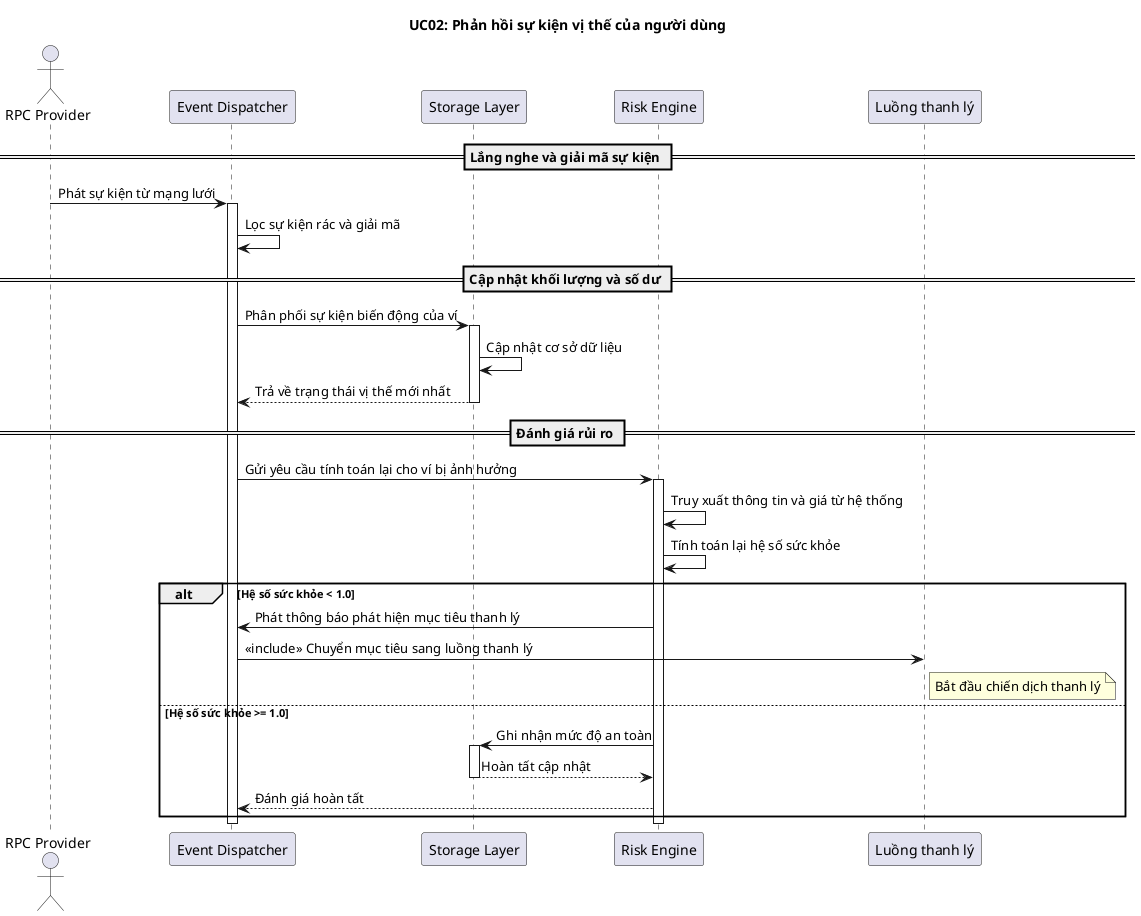
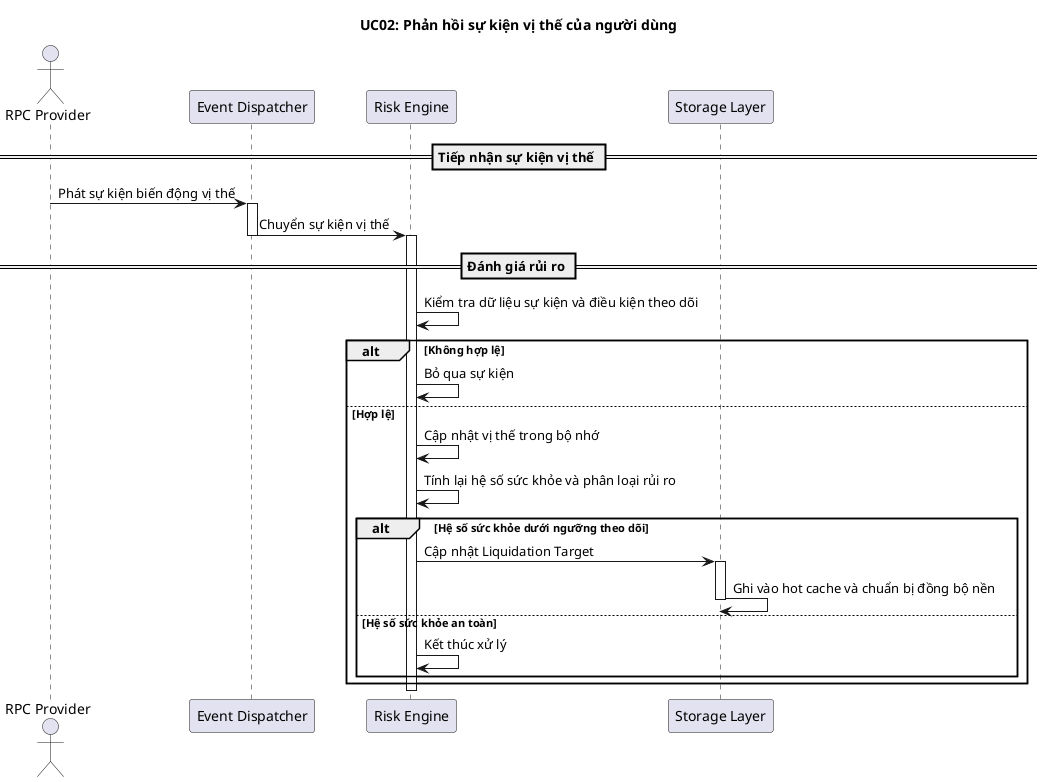
﻿@startuml
title UC02: Phản hồi sự kiện vị thế của người dùng

actor "RPC Provider" as RPC
- participant "Event Dispatcher" as DP
+ participant "Event Dispatcher" as Dispatcher
+ participant "Risk Engine" as Risk
participant "Storage Layer" as Storage
- participant "Risk Engine" as RE
- participant "Luồng thanh lý" as Pipeline

- == Lắng nghe và giải mã sự kiện ==
- RPC -> DP: Phát sự kiện từ mạng lưới
- activate DP
- 
- DP -> DP: Lọc sự kiện rác và giải mã
- 
- == Cập nhật khối lượng và số dư ==
- DP -> Storage: Phân phối sự kiện biến động của ví
- activate Storage
- Storage -> Storage: Cập nhật cơ sở dữ liệu
- Storage --> DP: Trả về trạng thái vị thế mới nhất
- deactivate Storage
+ == Tiếp nhận sự kiện vị thế ==
+ RPC -> Dispatcher: Phát sự kiện biến động vị thế
+ activate Dispatcher
+ Dispatcher -> Risk: Chuyển sự kiện vị thế
+ deactivate Dispatcher

== Đánh giá rủi ro ==
- DP -> RE: Gửi yêu cầu tính toán lại cho ví bị ảnh hưởng
- activate RE
- RE -> RE: Truy xuất thông tin và giá từ hệ thống
- RE -> RE: Tính toán lại hệ số sức khỏe
+ activate Risk
+ Risk -> Risk: Kiểm tra dữ liệu sự kiện và điều kiện theo dõi
+ alt Không hợp lệ
+     Risk -> Risk: Bỏ qua sự kiện
+ else Hợp lệ
+     Risk -> Risk: Cập nhật vị thế trong bộ nhớ
+     Risk -> Risk: Tính lại hệ số sức khỏe và phân loại rủi ro

- alt Hệ số sức khỏe < 1.0
-     RE -> DP: Phát thông báo phát hiện mục tiêu thanh lý
-     DP -> Pipeline: <<include>> Chuyển mục tiêu sang luồng thanh lý
-     note right of Pipeline: Bắt đầu chiến dịch thanh lý
- else Hệ số sức khỏe >= 1.0
-     RE -> Storage: Ghi nhận mức độ an toàn
-     activate Storage
-     Storage --> RE: Hoàn tất cập nhật
-     deactivate Storage
-     RE --> DP: Đánh giá hoàn tất
+     alt Hệ số sức khỏe dưới ngưỡng theo dõi
+         Risk -> Storage: Cập nhật Liquidation Target
+         activate Storage
+         Storage -> Storage: Ghi vào hot cache và chuẩn bị đồng bộ nền
+         deactivate Storage
+     else Hệ số sức khỏe an toàn
+         Risk -> Risk: Kết thúc xử lý
+     end
end
- deactivate RE
+ deactivate Risk

- deactivate DP
@enduml
